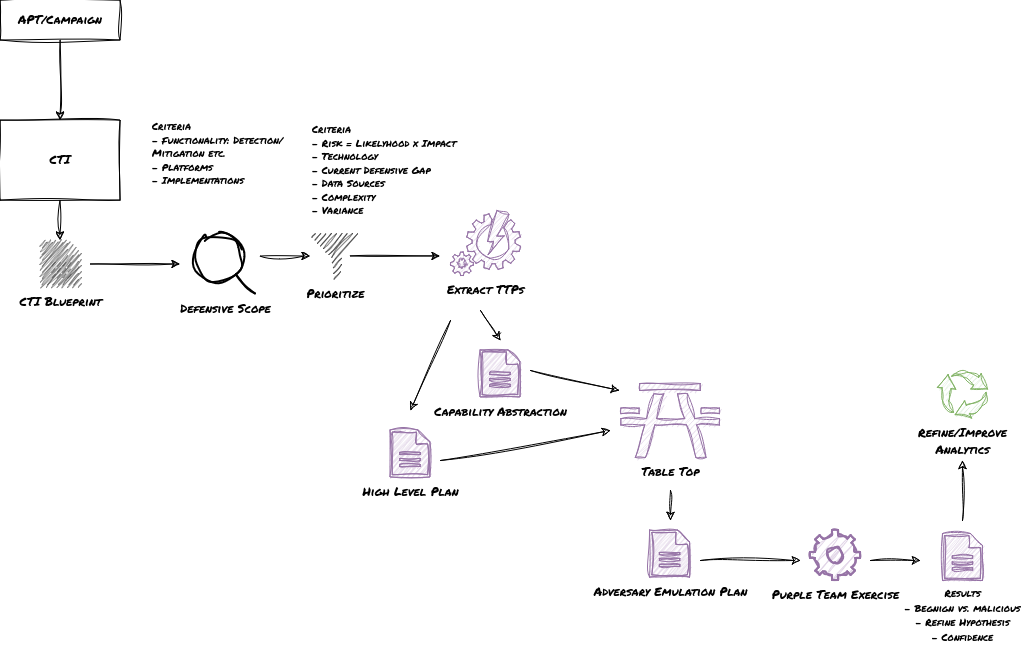
The draw.io diagram resources/Purple Teaming Exercise/material/PT_Exercise.drawio.png in gitrsi/cyberops.zone, before a commit. Source tidied: cells renumbered, new cells last; positions are measured from the earlier drawing's top-left corner, leaving out a move shared by most shapes.
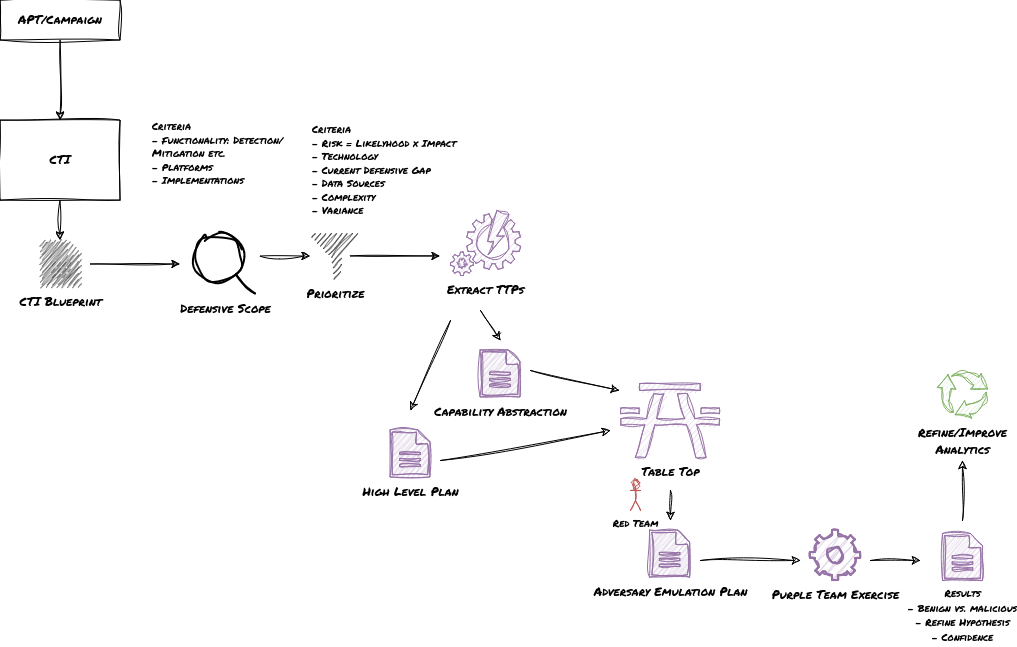
After the change.

Change to the diagram source:
```diff
@@ -85,7 +85,7 @@
         <mxPoint x="800" y="560" as="targetPoint" />
       </mxGeometry>
     </mxCell>
-    <mxCell id="23" value="&lt;font style=&quot;font-size: 10px;&quot; face=&quot;Permanent Marker&quot;&gt;Results&lt;br&gt;- Begnign vs. malicious&lt;br&gt;- Refine Hypothesis&lt;br&gt;- Confidence&lt;br&gt;&lt;/font&gt;" style="shadow=0;dashed=0;html=1;strokeColor=#9673a6;fillColor=#e1d5e7;labelPosition=center;verticalLabelPosition=bottom;verticalAlign=top;align=center;shape=mxgraph.office.concepts.document;sketch=1;curveFitting=1;jiggle=2;" parent="1" vertex="1">
+    <mxCell id="23" value="&lt;font style=&quot;font-size: 10px;&quot; face=&quot;Permanent Marker&quot;&gt;Results&lt;br&gt;- Benign vs. malicious&lt;br&gt;- Refine Hypothesis&lt;br&gt;- Confidence&lt;br&gt;&lt;/font&gt;" style="shadow=0;dashed=0;html=1;strokeColor=#9673a6;fillColor=#e1d5e7;labelPosition=center;verticalLabelPosition=bottom;verticalAlign=top;align=center;shape=mxgraph.office.concepts.document;sketch=1;curveFitting=1;jiggle=2;" parent="1" vertex="1">
       <mxGeometry x="942" y="533" width="40" height="47" as="geometry" />
     </mxCell>
     <mxCell id="24" style="endArrow=classic;html=1;rounded=0;sketch=1;curveFitting=1;jiggle=2;" parent="1" edge="1">
@@ -118,5 +118,8 @@
         <mxPoint x="962" y="460" as="targetPoint" />
       </mxGeometry>
     </mxCell>
+    <mxCell id="30" value="&lt;font style=&quot;font-size: 10px;&quot; face=&quot;Permanent Marker&quot;&gt;Red Team&lt;br&gt;&lt;/font&gt;" style="shape=umlActor;verticalLabelPosition=bottom;verticalAlign=top;html=1;sketch=1;curveFitting=1;jiggle=2;fillColor=#f8cecc;strokeColor=#b85450;" parent="1" vertex="1">
+      <mxGeometry x="630" y="480" width="10" height="30" as="geometry" />
+    </mxCell>
   </root>
 </mxGraphModel>
```
